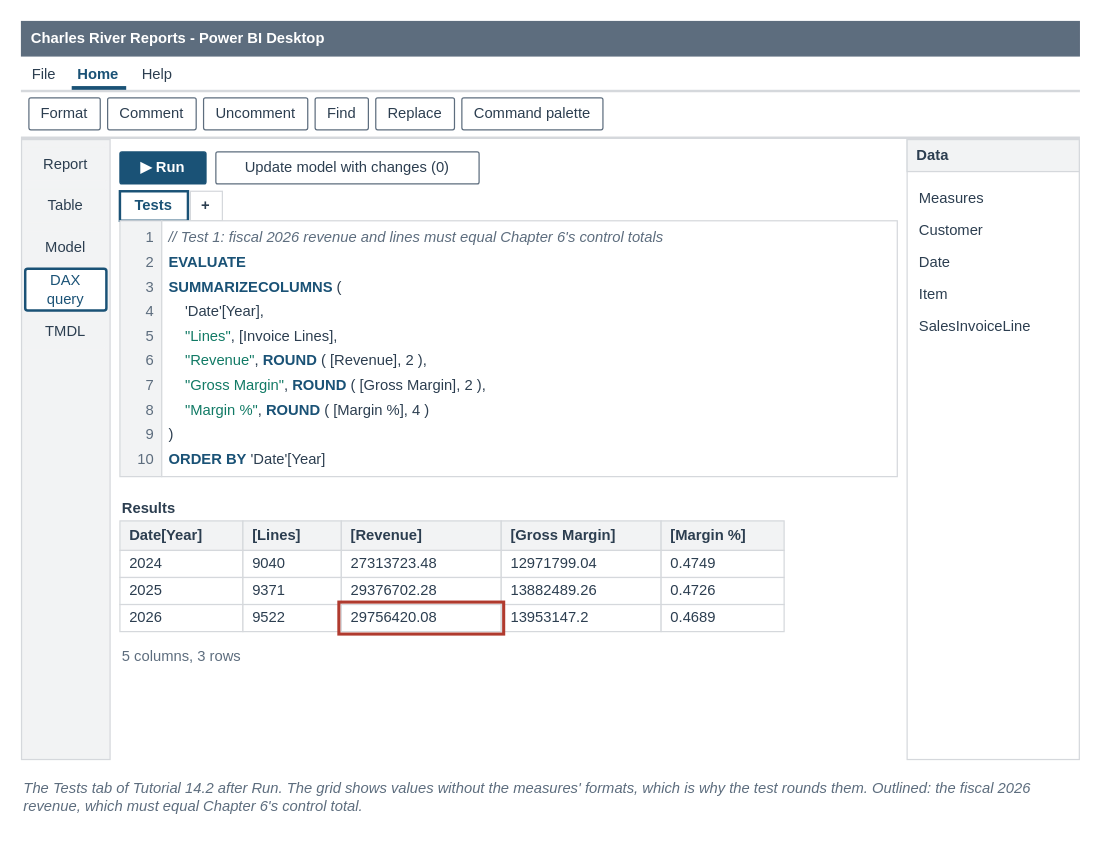
mmcodesso/Accounting_Analytics_Book keeps this draw.io diagram as visuals/src/fig-14-06-dax-query-view.drawio. Above is the earlier version. Source tidied: cells renumbered, new cells numbered last; positions are measured from the earlier drawing's top-left corner, leaving out a move shared by most shapes. Both pictures are drawn from the tidied source at 123%, with x=0, y=0 at pixel (21, 21).
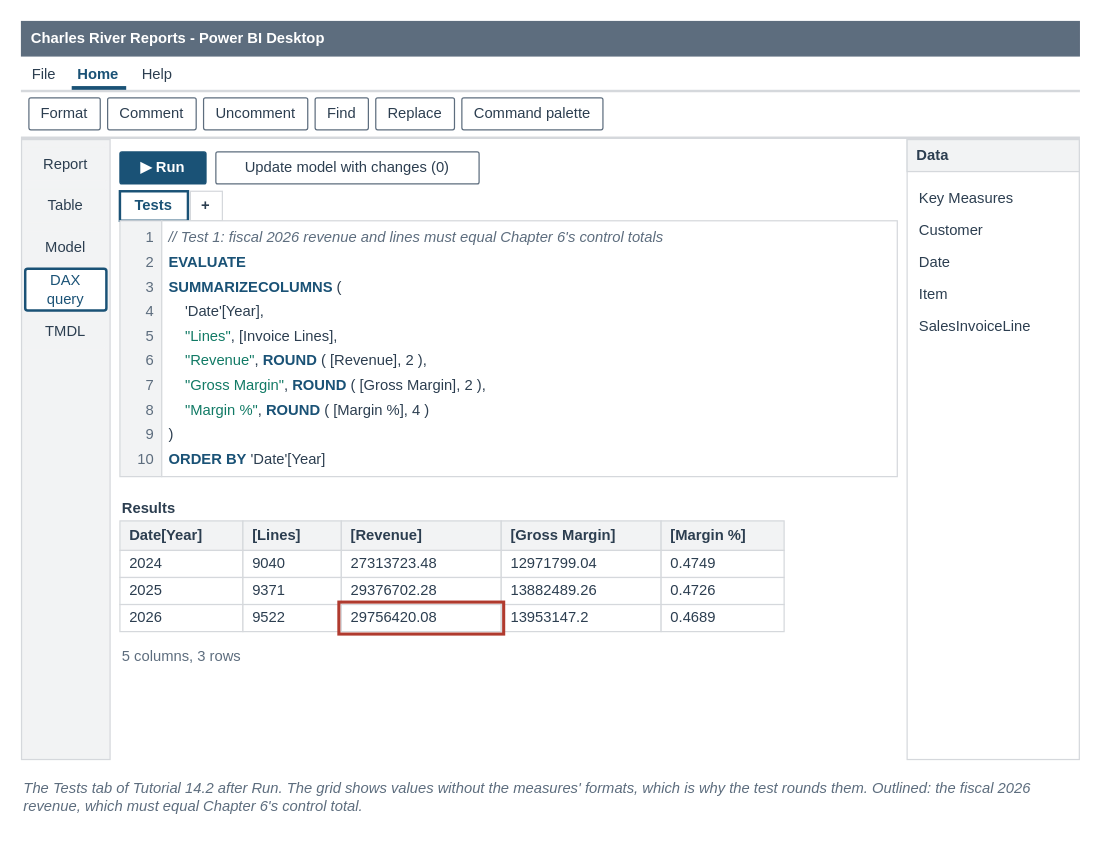
Above is the later version.

The edit, as a diff of the source:
```diff
@@
-    <mxCell id="72" value="Measures" style="text;html=1;whiteSpace=wrap;align=left;verticalAlign=top;fontSize=12;fontColor=#2C3E50;fontStyle=0;fontFamily=Helvetica;spacing=2;fillColor=none;strokeColor=none;" parent="1" vertex="1">
+    <mxCell id="72" value="Key Measures" style="text;html=1;whiteSpace=wrap;align=left;verticalAlign=top;fontSize=12;fontColor=#2C3E50;fontStyle=0;fontFamily=Helvetica;spacing=2;fillColor=none;strokeColor=none;" parent="1" vertex="1">
       <mxGeometry x="728" y="130" width="128" height="22" as="geometry" />
     </mxCell>
```
